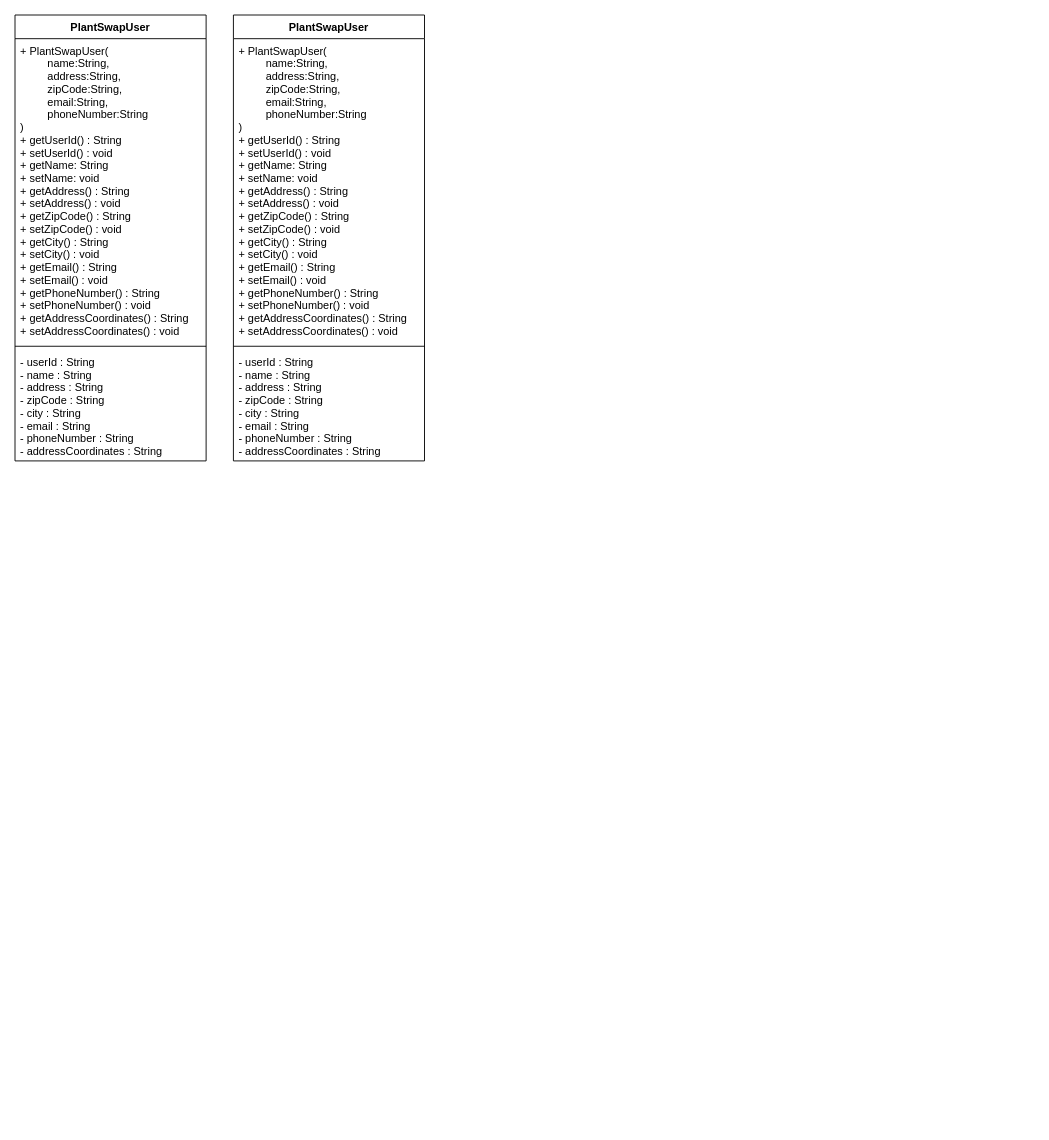
Earlier version of the draw.io diagram page "architecture-models" (2 of 2) of PlanSwapDiagrams.drawio (Macradon/ITSMAP-AppProject). Source tidied: cells renumbered, new cells numbered last; positions are measured from the earlier drawing's top-left corner, leaving out a move shared by most shapes. Both pictures are drawn from the tidied source at 91%, with x=0, y=0 at pixel (15, 15).
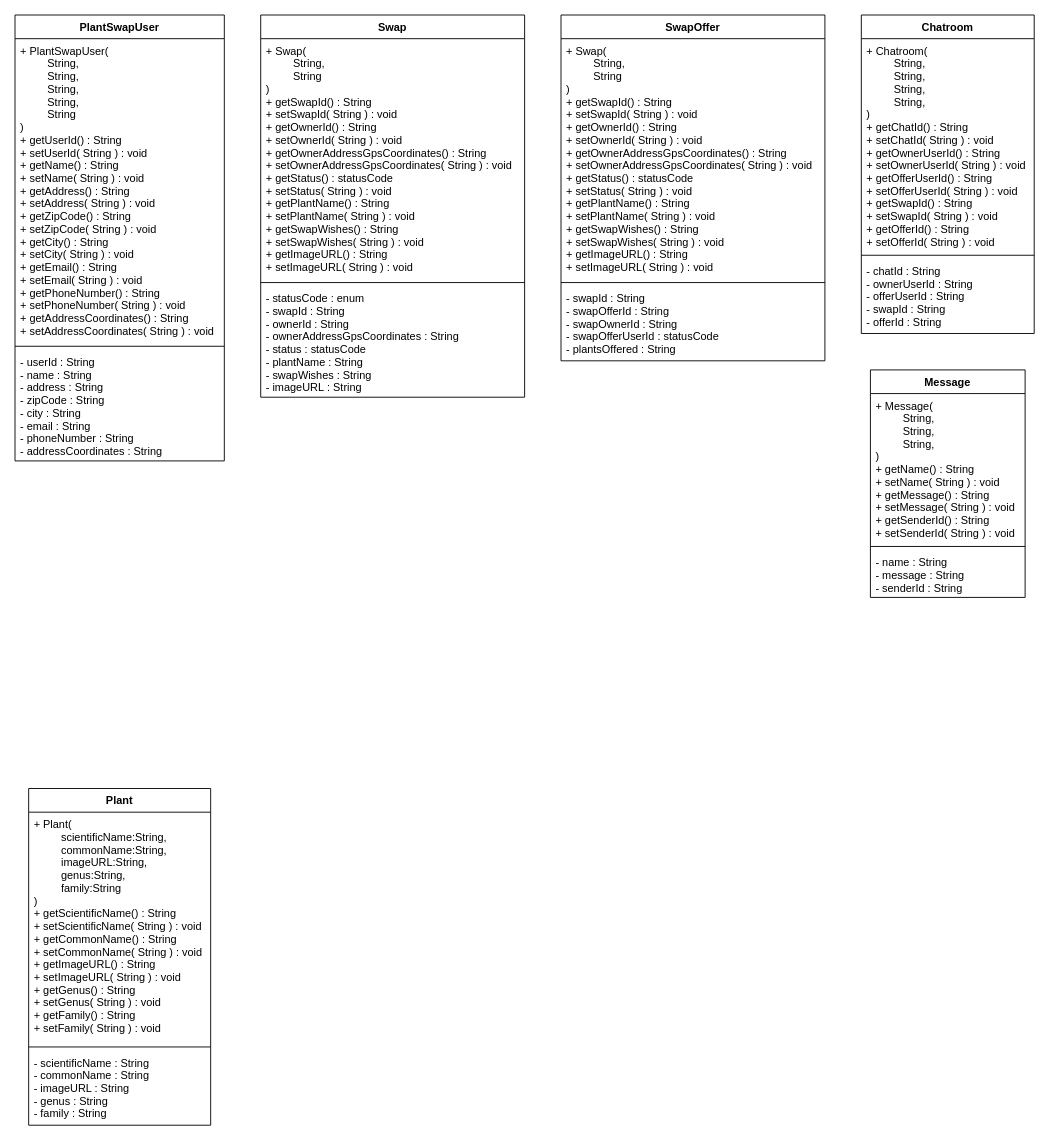
The same diagram, later.

The edit, as a diff of the source:
```diff
@@
     <mxCell id="2" value="PlantSwapUser" style="swimlane;fontStyle=1;align=center;verticalAlign=top;horizontal=1;startSize=26;" parent="1" vertex="1">
-      <mxGeometry width="210" height="490" as="geometry" />
+      <mxGeometry width="230" height="490" as="geometry" />
     </mxCell>
-    <mxCell id="3" value="+ PlantSwapUser(&#10;         name:String,&#10;         address:String,&#10;         zipCode:String,&#10;         email:String,&#10;         phoneNumber:String&#10;)&#10;+ getUserId() : String&#10;+ setUserId() : void&#10;+ getName: String&#10;+ setName: void&#10;+ getAddress() : String&#10;+ setAddress() : void&#10;+ getZipCode() : String&#10;+ setZipCode() : void&#10;+ getCity() : String&#10;+ setCity() : void&#10;+ getEmail() : String&#10;+ setEmail() : void&#10;+ getPhoneNumber() : String&#10;+ setPhoneNumber() : void&#10;+ getAddressCoordinates() : String&#10;+ setAddressCoordinates() : void" style="text;strokeColor=none;fillColor=none;align=left;verticalAlign=top;spacingLeft=4;spacingRight=4;overflow=hidden;" parent="2" vertex="1">
-      <mxGeometry y="26" width="210" height="334" as="geometry" />
+    <mxCell id="3" value="+ PlantSwapUser(&#10;         String,&#10;         String,&#10;         String,&#10;         String,&#10;         String&#10;)&#10;+ getUserId() : String&#10;+ setUserId( String ) : void&#10;+ getName() : String&#10;+ setName( String ) : void&#10;+ getAddress() : String&#10;+ setAddress( String ) : void&#10;+ getZipCode() : String&#10;+ setZipCode( String ) : void&#10;+ getCity() : String&#10;+ setCity( String ) : void&#10;+ getEmail() : String&#10;+ setEmail( String ) : void&#10;+ getPhoneNumber() : String&#10;+ setPhoneNumber( String ) : void&#10;+ getAddressCoordinates() : String&#10;+ setAddressCoordinates( String ) : void" style="text;strokeColor=none;fillColor=none;align=left;verticalAlign=top;spacingLeft=4;spacingRight=4;overflow=hidden;" parent="2" vertex="1">
+      <mxGeometry y="26" width="230" height="334" as="geometry" />
     </mxCell>
     <mxCell id="4" style="line;strokeWidth=1;fillColor=none;align=left;verticalAlign=middle;spacingTop=-1;spacingLeft=3;spacingRight=3;labelPosition=right;" parent="2" vertex="1">
-      <mxGeometry y="360" width="210" height="8" as="geometry" />
+      <mxGeometry y="360" width="230" height="8" as="geometry" />
     </mxCell>
     <mxCell id="5" value="- userId : String&#10;- name : String&#10;- address : String&#10;- zipCode : String&#10;- city : String&#10;- email : String&#10;- phoneNumber : String&#10;- addressCoordinates : String" style="text;strokeColor=none;fillColor=none;align=left;verticalAlign=top;spacingLeft=4;spacingRight=4;overflow=hidden;" parent="2" vertex="1">
-      <mxGeometry y="368" width="210" height="122" as="geometry" />
+      <mxGeometry y="368" width="230" height="122" as="geometry" />
     </mxCell>
-    <mxCell id="6" value="PlantSwapUser" style="swimlane;fontStyle=1;align=center;verticalAlign=top;horizontal=1;startSize=26;" parent="1" vertex="1">
-      <mxGeometry x="240" width="210" height="490" as="geometry" />
+    <mxCell id="6" value="Chatroom" style="swimlane;fontStyle=1;align=center;verticalAlign=top;horizontal=1;startSize=26;" parent="1" vertex="1">
+      <mxGeometry x="930" width="190" height="350" as="geometry" />
     </mxCell>
-    <mxCell id="7" value="+ PlantSwapUser(&#10;         name:String,&#10;         address:String,&#10;         zipCode:String,&#10;         email:String,&#10;         phoneNumber:String&#10;)&#10;+ getUserId() : String&#10;+ setUserId() : void&#10;+ getName: String&#10;+ setName: void&#10;+ getAddress() : String&#10;+ setAddress() : void&#10;+ getZipCode() : String&#10;+ setZipCode() : void&#10;+ getCity() : String&#10;+ setCity() : void&#10;+ getEmail() : String&#10;+ setEmail() : void&#10;+ getPhoneNumber() : String&#10;+ setPhoneNumber() : void&#10;+ getAddressCoordinates() : String&#10;+ setAddressCoordinates() : void" style="text;strokeColor=none;fillColor=none;align=left;verticalAlign=top;spacingLeft=4;spacingRight=4;overflow=hidden;" parent="6" vertex="1">
-      <mxGeometry y="26" width="210" height="334" as="geometry" />
+    <mxCell id="7" value="+ Chatroom(&#10;         String,&#10;         String,&#10;         String,&#10;         String,&#10;)&#10;+ getChatId() : String&#10;+ setChatId( String ) : void&#10;+ getOwnerUserId() : String&#10;+ setOwnerUserId( String ) : void&#10;+ getOfferUserId() : String&#10;+ setOfferUserId( String ) : void&#10;+ getSwapId() : String&#10;+ setSwapId( String ) : void&#10;+ getOfferId() : String&#10;+ setOfferId( String ) : void" style="text;strokeColor=none;fillColor=none;align=left;verticalAlign=top;spacingLeft=4;spacingRight=4;overflow=hidden;" parent="6" vertex="1">
+      <mxGeometry y="26" width="190" height="234" as="geometry" />
     </mxCell>
     <mxCell id="8" style="line;strokeWidth=1;fillColor=none;align=left;verticalAlign=middle;spacingTop=-1;spacingLeft=3;spacingRight=3;labelPosition=right;" parent="6" vertex="1">
-      <mxGeometry y="360" width="210" height="8" as="geometry" />
+      <mxGeometry y="260" width="190" height="8" as="geometry" />
     </mxCell>
-    <mxCell id="9" value="- userId : String&#10;- name : String&#10;- address : String&#10;- zipCode : String&#10;- city : String&#10;- email : String&#10;- phoneNumber : String&#10;- addressCoordinates : String" style="text;strokeColor=none;fillColor=none;align=left;verticalAlign=top;spacingLeft=4;spacingRight=4;overflow=hidden;" parent="6" vertex="1">
-      <mxGeometry y="368" width="210" height="122" as="geometry" />
+    <mxCell id="9" value="- chatId : String&#10;- ownerUserId : String&#10;- offerUserId : String&#10;- swapId : String&#10;- offerId : String" style="text;strokeColor=none;fillColor=none;align=left;verticalAlign=top;spacingLeft=4;spacingRight=4;overflow=hidden;" parent="6" vertex="1">
+      <mxGeometry y="268" width="190" height="82" as="geometry" />
     </mxCell>
+    <mxCell id="10" value="Message" style="swimlane;fontStyle=1;align=center;verticalAlign=top;horizontal=1;startSize=26;" parent="1" vertex="1">
+      <mxGeometry x="940" y="390" width="170" height="250" as="geometry" />
+    </mxCell>
+    <mxCell id="11" value="+ Message(&#10;         String,&#10;         String,&#10;         String,&#10;)&#10;+ getName() : String&#10;+ setName( String ) : void&#10;+ getMessage() : String&#10;+ setMessage( String ) : void&#10;+ getSenderId() : String&#10;+ setSenderId( String ) : void" style="text;strokeColor=none;fillColor=none;align=left;verticalAlign=top;spacingLeft=4;spacingRight=4;overflow=hidden;" parent="10" vertex="1">
+      <mxGeometry y="26" width="170" height="164" as="geometry" />
+    </mxCell>
+    <mxCell id="12" style="line;strokeWidth=1;fillColor=none;align=left;verticalAlign=middle;spacingTop=-1;spacingLeft=3;spacingRight=3;labelPosition=right;" parent="10" vertex="1">
+      <mxGeometry y="190" width="170" height="8" as="geometry" />
+    </mxCell>
+    <mxCell id="13" value="- name : String&#10;- message : String&#10;- senderId : String" style="text;strokeColor=none;fillColor=none;align=left;verticalAlign=top;spacingLeft=4;spacingRight=4;overflow=hidden;" parent="10" vertex="1">
+      <mxGeometry y="198" width="170" height="52" as="geometry" />
+    </mxCell>
+    <mxCell id="14" value="Plant" style="swimlane;fontStyle=1;align=center;verticalAlign=top;horizontal=1;startSize=26;" parent="1" vertex="1">
+      <mxGeometry x="15" y="850" width="200" height="370" as="geometry" />
+    </mxCell>
+    <mxCell id="15" value="+ Plant(&#10;         scientificName:String,&#10;         commonName:String,&#10;         imageURL:String,&#10;         genus:String,&#10;         family:String&#10;)&#10;+ getScientificName() : String&#10;+ setScientificName( String ) : void&#10;+ getCommonName() : String&#10;+ setCommonName( String ) : void&#10;+ getImageURL() : String&#10;+ setImageURL( String ) : void&#10;+ getGenus() : String&#10;+ setGenus( String ) : void&#10;+ getFamily() : String&#10;+ setFamily( String ) : void" style="text;strokeColor=none;fillColor=none;align=left;verticalAlign=top;spacingLeft=4;spacingRight=4;overflow=hidden;" parent="14" vertex="1">
+      <mxGeometry y="26" width="200" height="254" as="geometry" />
+    </mxCell>
+    <mxCell id="16" style="line;strokeWidth=1;fillColor=none;align=left;verticalAlign=middle;spacingTop=-1;spacingLeft=3;spacingRight=3;labelPosition=right;" parent="14" vertex="1">
+      <mxGeometry y="280" width="200" height="8" as="geometry" />
+    </mxCell>
+    <mxCell id="17" value="- scientificName : String&#10;- commonName : String&#10;- imageURL : String&#10;- genus : String&#10;- family : String" style="text;strokeColor=none;fillColor=none;align=left;verticalAlign=top;spacingLeft=4;spacingRight=4;overflow=hidden;" parent="14" vertex="1">
+      <mxGeometry y="288" width="200" height="82" as="geometry" />
+    </mxCell>
+    <mxCell id="18" value="Swap" style="swimlane;fontStyle=1;align=center;verticalAlign=top;horizontal=1;startSize=26;" parent="1" vertex="1">
+      <mxGeometry x="270" width="290" height="420" as="geometry" />
+    </mxCell>
+    <mxCell id="19" value="+ Swap(&#10;         String,&#10;         String&#10;)&#10;+ getSwapId() : String&#10;+ setSwapId( String ) : void&#10;+ getOwnerId() : String&#10;+ setOwnerId( String ) : void&#10;+ getOwnerAddressGpsCoordinates() : String&#10;+ setOwnerAddressGpsCoordinates( String ) : void&#10;+ getStatus() : statusCode&#10;+ setStatus( String ) : void&#10;+ getPlantName() : String&#10;+ setPlantName( String ) : void&#10;+ getSwapWishes() : String&#10;+ setSwapWishes( String ) : void&#10;+ getImageURL() : String&#10;+ setImageURL( String ) : void" style="text;strokeColor=none;fillColor=none;align=left;verticalAlign=top;spacingLeft=4;spacingRight=4;overflow=hidden;" parent="18" vertex="1">
+      <mxGeometry y="26" width="290" height="264" as="geometry" />
+    </mxCell>
+    <mxCell id="20" style="line;strokeWidth=1;fillColor=none;align=left;verticalAlign=middle;spacingTop=-1;spacingLeft=3;spacingRight=3;labelPosition=right;" parent="18" vertex="1">
+      <mxGeometry y="290" width="290" height="8" as="geometry" />
+    </mxCell>
+    <mxCell id="21" value="- statusCode : enum&#10;- swapId : String&#10;- ownerId : String&#10;- ownerAddressGpsCoordinates : String&#10;- status : statusCode&#10;- plantName : String&#10;- swapWishes : String&#10;- imageURL : String" style="text;strokeColor=none;fillColor=none;align=left;verticalAlign=top;spacingLeft=4;spacingRight=4;overflow=hidden;" parent="18" vertex="1">
+      <mxGeometry y="298" width="290" height="122" as="geometry" />
+    </mxCell>
+    <mxCell id="22" value="SwapOffer" style="swimlane;fontStyle=1;align=center;verticalAlign=top;horizontal=1;startSize=26;" parent="1" vertex="1">
+      <mxGeometry x="600" width="290" height="380" as="geometry" />
+    </mxCell>
+    <mxCell id="23" value="+ Swap(&#10;         String,&#10;         String&#10;)&#10;+ getSwapId() : String&#10;+ setSwapId( String ) : void&#10;+ getOwnerId() : String&#10;+ setOwnerId( String ) : void&#10;+ getOwnerAddressGpsCoordinates() : String&#10;+ setOwnerAddressGpsCoordinates( String ) : void&#10;+ getStatus() : statusCode&#10;+ setStatus( String ) : void&#10;+ getPlantName() : String&#10;+ setPlantName( String ) : void&#10;+ getSwapWishes() : String&#10;+ setSwapWishes( String ) : void&#10;+ getImageURL() : String&#10;+ setImageURL( String ) : void" style="text;strokeColor=none;fillColor=none;align=left;verticalAlign=top;spacingLeft=4;spacingRight=4;overflow=hidden;" parent="22" vertex="1">
+      <mxGeometry y="26" width="290" height="264" as="geometry" />
+    </mxCell>
+    <mxCell id="24" style="line;strokeWidth=1;fillColor=none;align=left;verticalAlign=middle;spacingTop=-1;spacingLeft=3;spacingRight=3;labelPosition=right;" parent="22" vertex="1">
+      <mxGeometry y="290" width="290" height="8" as="geometry" />
+    </mxCell>
+    <mxCell id="25" value="- swapId : String&#10;- swapOfferId : String&#10;- swapOwnerId : String&#10;- swapOfferUserId : statusCode&#10;- plantsOffered : String" style="text;strokeColor=none;fillColor=none;align=left;verticalAlign=top;spacingLeft=4;spacingRight=4;overflow=hidden;" parent="22" vertex="1">
+      <mxGeometry y="298" width="290" height="82" as="geometry" />
+    </mxCell>
```
